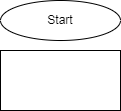
This is Work/EXP004/diagram.drawio.png from Evgeniya120/HomeWork, a draw.io export, as it was before one commit. Source tidied: cells renumbered, new cells last; positions are measured from the earlier drawing's top-left corner, leaving out a move shared by most shapes.
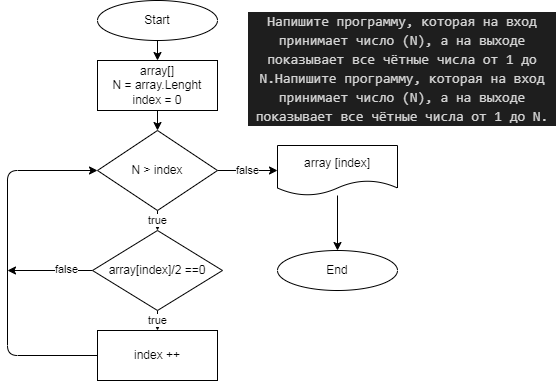
The same diagram one commit later.

Commit message:
Добавили условие для задачи в диаграмму

What changed in the source:
```diff
@@ -2,11 +2,63 @@
   <root>
     <mxCell id="0" />
     <mxCell id="1" parent="0" />
+    <mxCell id="4" style="edgeStyle=none;html=1;" parent="1" edge="1" source="2" target="3">
+      <mxGeometry relative="1" as="geometry" />
+    </mxCell>
     <mxCell id="2" value="Start" style="ellipse;whiteSpace=wrap;html=1;" parent="1" vertex="1">
       <mxGeometry width="120" height="40" as="geometry" />
     </mxCell>
+    <mxCell id="5" style="edgeStyle=none;html=1;entryX=0.5;entryY=0;entryDx=0;entryDy=0;" parent="1" edge="1" source="3" target="8">
+      <mxGeometry relative="1" as="geometry" />
+    </mxCell>
-    <mxCell id="3" style="rounded=0;whiteSpace=wrap;html=1;" parent="1" vertex="1">
-      <mxGeometry y="50" width="120" height="60" as="geometry" />
+    <mxCell id="3" value="array[]&lt;br&gt;N = array.Lenght&lt;br&gt;index = 0" style="rounded=0;whiteSpace=wrap;html=1;" parent="1" vertex="1">
+      <mxGeometry y="60" width="120" height="50" as="geometry" />
     </mxCell>
+    <mxCell id="6" value="true" style="edgeStyle=none;html=1;entryX=0.5;entryY=0;entryDx=0;entryDy=0;" parent="1" edge="1" source="8" target="12">
+      <mxGeometry relative="1" as="geometry" />
+    </mxCell>
+    <mxCell id="7" value="false" style="edgeStyle=none;html=1;entryX=0;entryY=0.5;entryDx=0;entryDy=0;" parent="1" edge="1" source="8" target="16">
+      <mxGeometry relative="1" as="geometry" />
+    </mxCell>
+    <mxCell id="8" value="N &amp;gt; index" style="rhombus;whiteSpace=wrap;html=1;" parent="1" vertex="1">
+      <mxGeometry y="130" width="120" height="80" as="geometry" />
+    </mxCell>
+    <mxCell id="9" value="true" style="edgeStyle=none;html=1;" parent="1" edge="1" source="12" target="14">
+      <mxGeometry relative="1" as="geometry" />
+    </mxCell>
+    <mxCell id="10" style="edgeStyle=none;html=1;" parent="1" edge="1" source="12">
+      <mxGeometry relative="1" as="geometry">
+        <mxPoint x="-90" y="270" as="targetPoint" />
+      </mxGeometry>
+    </mxCell>
+    <mxCell id="11" value="false" style="edgeLabel;html=1;align=center;verticalAlign=middle;" parent="10" vertex="1">
+      <mxGeometry x="-0.36" y="-2" relative="1" as="geometry" />
+    </mxCell>
+    <mxCell id="12" value="array[index]/2 ==0" style="rhombus;whiteSpace=wrap;html=1;" parent="1" vertex="1">
+      <mxGeometry x="-5" y="230" width="130" height="80" as="geometry" />
+    </mxCell>
+    <mxCell id="13" style="edgeStyle=none;html=1;entryX=0;entryY=0.5;entryDx=0;entryDy=0;" parent="1" edge="1" source="14" target="8">
+      <mxGeometry relative="1" as="geometry">
+        <Array as="points">
+          <mxPoint x="-90" y="355" />
+          <mxPoint x="-90" y="170" />
+        </Array>
+      </mxGeometry>
+    </mxCell>
+    <mxCell id="14" value="index ++" style="rounded=0;whiteSpace=wrap;html=1;" parent="1" vertex="1">
+      <mxGeometry y="330" width="120" height="50" as="geometry" />
+    </mxCell>
+    <mxCell id="15" style="edgeStyle=none;html=1;entryX=0.5;entryY=0;entryDx=0;entryDy=0;" parent="1" edge="1" source="16" target="17">
+      <mxGeometry relative="1" as="geometry" />
+    </mxCell>
+    <mxCell id="16" value="array [index]" style="shape=document;whiteSpace=wrap;html=1;boundedLbl=1;" parent="1" vertex="1">
+      <mxGeometry x="180" y="145" width="120" height="50" as="geometry" />
+    </mxCell>
+    <mxCell id="17" value="End" style="ellipse;whiteSpace=wrap;html=1;" parent="1" vertex="1">
+      <mxGeometry x="180" y="250" width="120" height="40" as="geometry" />
+    </mxCell>
+    <mxCell id="18" value="&lt;div style=&quot;color: rgb(212 , 212 , 212) ; background-color: rgb(30 , 30 , 30) ; font-family: &amp;#34;consolas&amp;#34; , &amp;#34;courier new&amp;#34; , monospace ; font-size: 14px ; line-height: 19px&quot;&gt;Напишите программу, которая на вход принимает число (N), а на выходе показывает все чётные числа от 1 до N.Напишите программу, которая на вход принимает число (N), а на выходе показывает все чётные числа от 1 до N.&lt;/div&gt;" style="text;html=1;strokeColor=none;fillColor=none;align=center;verticalAlign=middle;whiteSpace=wrap;rounded=0;" parent="1" vertex="1">
+      <mxGeometry x="150" y="5" width="310" height="125" as="geometry" />
+    </mxCell>
   </root>
 </mxGraphModel>
```
